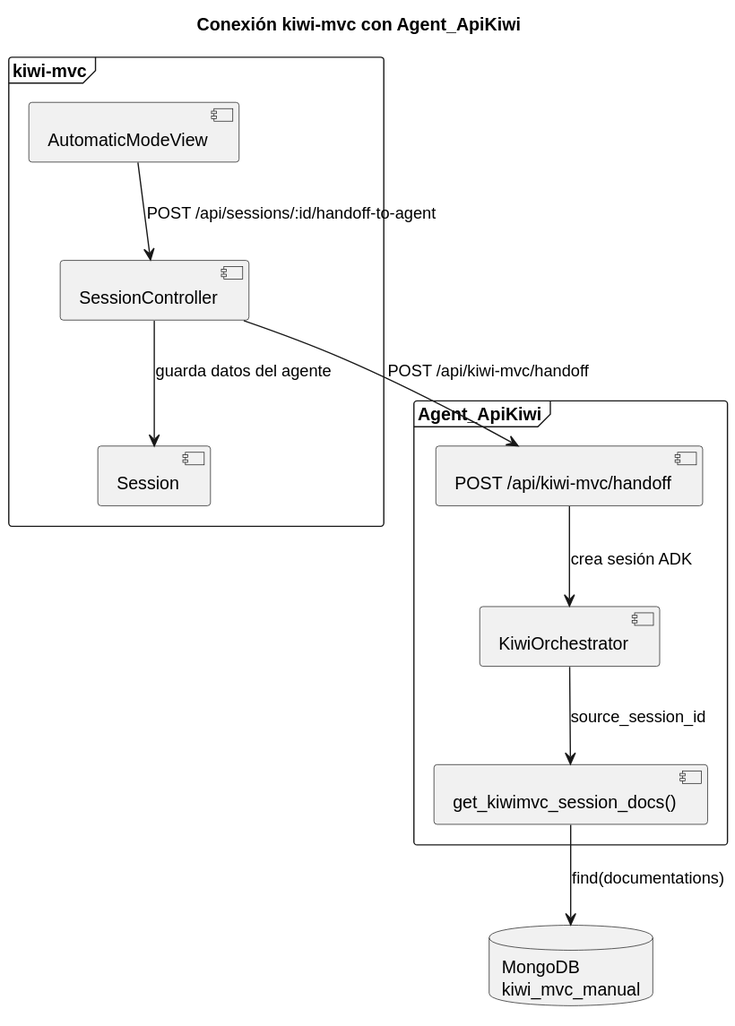
Before: Estudiantes/david-garcia-costa/Capitulo_3/ConexionKiwiMvcAgentApiKiwi/ConexionKiwiMvcAgentApiKiwi.svg, a diagram exported from PlantUML (DavidGarciaCosta/GII-TFG-2026).
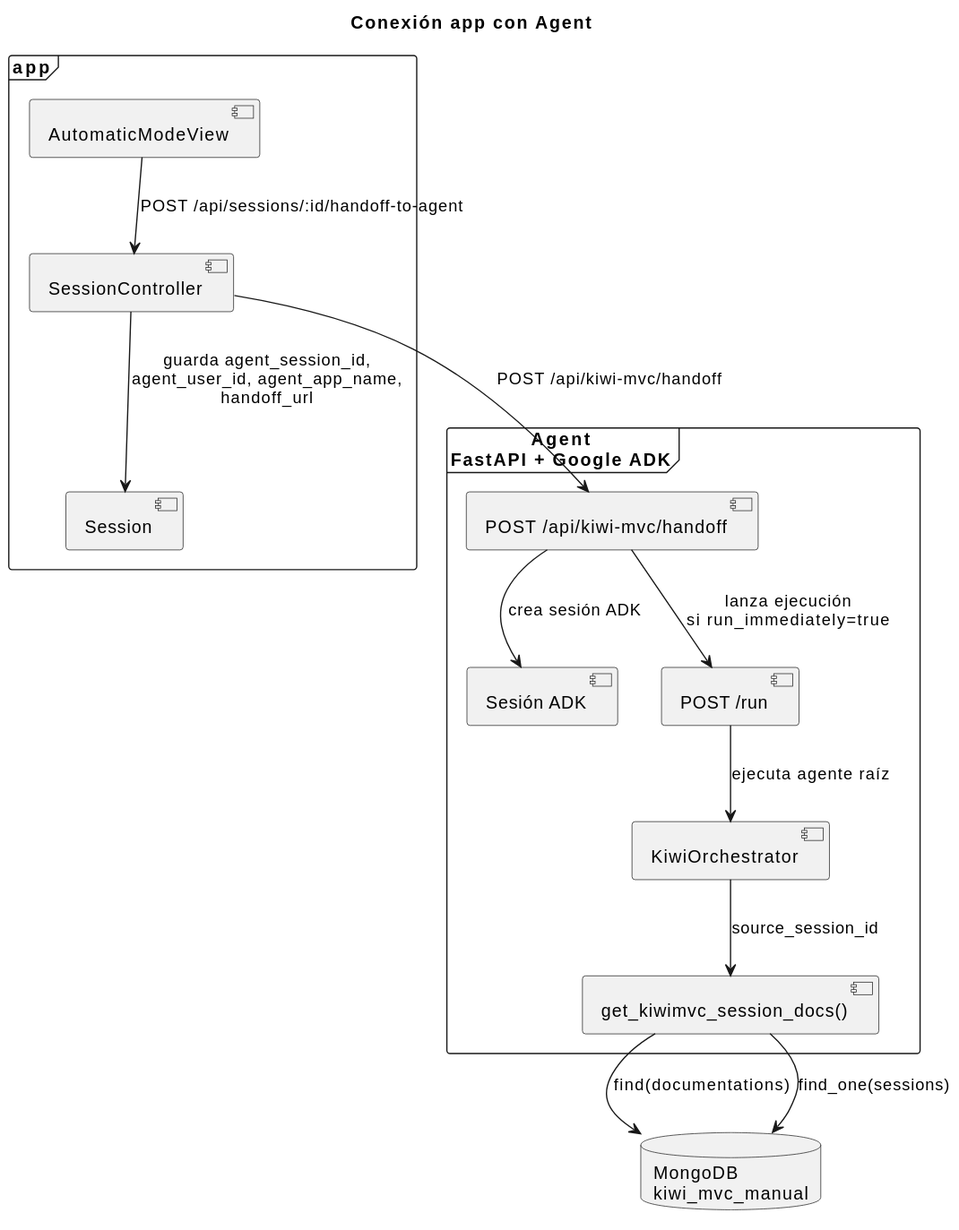
The same file after the commit.

Diff of the diagram source:
```diff
@@ -2,16 +2,18 @@
 skinparam packageStyle rectangle
 skinparam shadowing false
 
-title Conexión kiwi-mvc con Agent_ApiKiwi
+title Conexión app con Agent
 
-frame "kiwi-mvc" {
+frame "app" {
   component AutomaticModeView
   component SessionController
   component Session
 }
 
-frame "Agent_ApiKiwi" {
+frame "Agent\nFastAPI + Google ADK" {
   component "POST /api/kiwi-mvc/handoff" as Handoff
+  component "Sesión ADK" as ADKSession
+  component "POST /run" as Run
   component KiwiOrchestrator
   component "get_kiwimvc_session_docs()" as MongoTool
 }
@@ -20,8 +22,14 @@
 
 AutomaticModeView --> SessionController : POST /api/sessions/:id/handoff-to-agent
 SessionController --> Handoff : POST /api/kiwi-mvc/handoff
-Handoff --> KiwiOrchestrator : crea sesión ADK
+
+Handoff --> ADKSession : crea sesión ADK
+Handoff --> Run : lanza ejecución\nsi run_immediately=true
+Run --> KiwiOrchestrator : ejecuta agente raíz
+
 KiwiOrchestrator --> MongoTool : source_session_id
 MongoTool --> MongoDB : find(documentations)
-SessionController --> Session : guarda datos del agente
+MongoTool --> MongoDB : find_one(sessions)
+
+SessionController --> Session : guarda agent_session_id,\nagent_user_id, agent_app_name,\nhandoff_url
 @enduml
```
